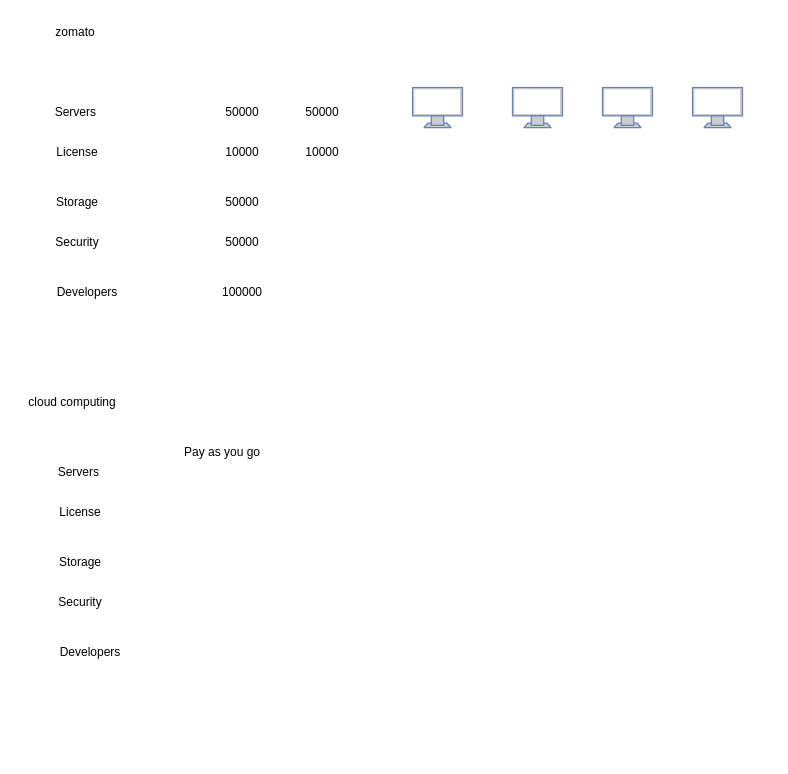
Above: demo3455.drawio in azureramakrishna/AzureDevops-Jan2026 (draw.io), before the change. Source tidied: cells renumbered, new cells numbered last; positions are measured from the earlier drawing's top-left corner, leaving out a move shared by most shapes. Both pictures are drawn from the tidied source at 100%, with x=0, y=0 at pixel (17, 17).
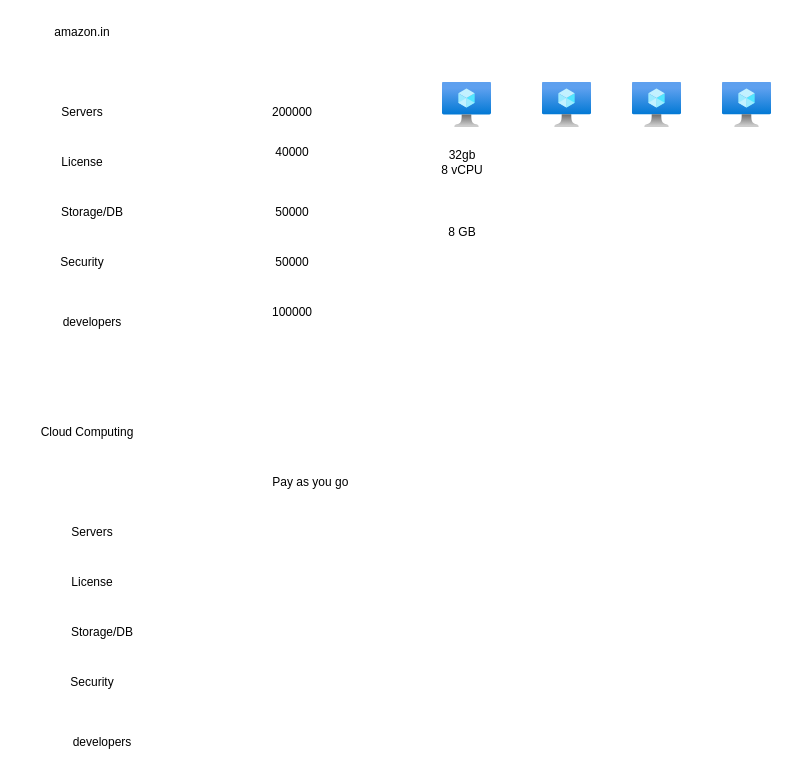
The same diagram, later.

What changed in the source:
```diff
@@
-    <mxCell id="2" value="zomato" style="text;html=1;whiteSpace=wrap;strokeColor=none;fillColor=none;align=center;verticalAlign=middle;rounded=0;" parent="1" vertex="1">
-      <mxGeometry x="27.5" width="60" height="30" as="geometry" />
-    </mxCell>
-    <mxCell id="3" value="Servers&amp;nbsp;" style="text;html=1;whiteSpace=wrap;strokeColor=none;fillColor=none;align=center;verticalAlign=middle;rounded=0;" parent="1" vertex="1">
-      <mxGeometry x="25" y="80" width="70" height="30" as="geometry" />
-    </mxCell>
-    <mxCell id="4" value="50000" style="text;html=1;whiteSpace=wrap;strokeColor=none;fillColor=none;align=center;verticalAlign=middle;rounded=0;" parent="1" vertex="1">
-      <mxGeometry x="195" y="80" width="60" height="30" as="geometry" />
-    </mxCell>
-    <mxCell id="5" value="License" style="text;html=1;whiteSpace=wrap;strokeColor=none;fillColor=none;align=center;verticalAlign=middle;rounded=0;" parent="1" vertex="1">
-      <mxGeometry x="30" y="120" width="60" height="30" as="geometry" />
-    </mxCell>
-    <mxCell id="6" value="10000" style="text;html=1;whiteSpace=wrap;strokeColor=none;fillColor=none;align=center;verticalAlign=middle;rounded=0;" parent="1" vertex="1">
-      <mxGeometry x="195" y="120" width="60" height="30" as="geometry" />
-    </mxCell>
-    <mxCell id="7" value="Storage" style="text;html=1;whiteSpace=wrap;strokeColor=none;fillColor=none;align=center;verticalAlign=middle;rounded=0;" parent="1" vertex="1">
-      <mxGeometry x="25" y="170" width="70" height="30" as="geometry" />
-    </mxCell>
-    <mxCell id="8" value="50000" style="text;html=1;whiteSpace=wrap;strokeColor=none;fillColor=none;align=center;verticalAlign=middle;rounded=0;" parent="1" vertex="1">
-      <mxGeometry x="195" y="170" width="60" height="30" as="geometry" />
-    </mxCell>
-    <mxCell id="9" value="Security" style="text;html=1;whiteSpace=wrap;strokeColor=none;fillColor=none;align=center;verticalAlign=middle;rounded=0;" parent="1" vertex="1">
-      <mxGeometry x="25" y="210" width="70" height="30" as="geometry" />
-    </mxCell>
-    <mxCell id="10" value="50000" style="text;html=1;whiteSpace=wrap;strokeColor=none;fillColor=none;align=center;verticalAlign=middle;rounded=0;" parent="1" vertex="1">
-      <mxGeometry x="195" y="210" width="60" height="30" as="geometry" />
-    </mxCell>
-    <mxCell id="11" value="Developers" style="text;html=1;whiteSpace=wrap;strokeColor=none;fillColor=none;align=center;verticalAlign=middle;rounded=0;" parent="1" vertex="1">
-      <mxGeometry x="30" y="260" width="80" height="30" as="geometry" />
-    </mxCell>
+    <mxCell id="26" value="amazon.in" style="text;html=1;whiteSpace=wrap;strokeColor=none;fillColor=none;align=center;verticalAlign=middle;rounded=0;" parent="1" vertex="1">
+      <mxGeometry x="35" width="60" height="30" as="geometry" />
+    </mxCell>
+    <mxCell id="27" value="Servers" style="text;html=1;whiteSpace=wrap;strokeColor=none;fillColor=none;align=center;verticalAlign=middle;rounded=0;" parent="1" vertex="1">
+      <mxGeometry x="35" y="80" width="60" height="30" as="geometry" />
+    </mxCell>
+    <mxCell id="28" value="200000" style="text;html=1;whiteSpace=wrap;strokeColor=none;fillColor=none;align=center;verticalAlign=middle;rounded=0;" parent="1" vertex="1">
+      <mxGeometry x="245" y="80" width="60" height="30" as="geometry" />
+    </mxCell>
+    <mxCell id="29" value="License" style="text;html=1;whiteSpace=wrap;strokeColor=none;fillColor=none;align=center;verticalAlign=middle;rounded=0;" parent="1" vertex="1">
+      <mxGeometry x="35" y="130" width="60" height="30" as="geometry" />
+    </mxCell>
+    <mxCell id="30" value="40000" style="text;html=1;whiteSpace=wrap;strokeColor=none;fillColor=none;align=center;verticalAlign=middle;rounded=0;" parent="1" vertex="1">
+      <mxGeometry x="245" y="120" width="60" height="30" as="geometry" />
+    </mxCell>
+    <mxCell id="31" value="Storage/DB" style="text;html=1;whiteSpace=wrap;strokeColor=none;fillColor=none;align=center;verticalAlign=middle;rounded=0;" parent="1" vertex="1">
+      <mxGeometry x="45" y="180" width="60" height="30" as="geometry" />
+    </mxCell>
+    <mxCell id="32" value="50000" style="text;html=1;whiteSpace=wrap;strokeColor=none;fillColor=none;align=center;verticalAlign=middle;rounded=0;" parent="1" vertex="1">
+      <mxGeometry x="245" y="180" width="60" height="30" as="geometry" />
+    </mxCell>
+    <mxCell id="33" value="Security" style="text;html=1;whiteSpace=wrap;strokeColor=none;fillColor=none;align=center;verticalAlign=middle;rounded=0;" parent="1" vertex="1">
+      <mxGeometry x="35" y="230" width="60" height="30" as="geometry" />
+    </mxCell>
+    <mxCell id="34" value="50000" style="text;html=1;whiteSpace=wrap;strokeColor=none;fillColor=none;align=center;verticalAlign=middle;rounded=0;" parent="1" vertex="1">
+      <mxGeometry x="245" y="230" width="60" height="30" as="geometry" />
+    </mxCell>
+    <mxCell id="35" style="image;html=1;align=center;fontSize=12;image=img/lib/azure2/compute/Virtual_Machine.svg;" parent="1" vertex="1">
+      <mxGeometry x="425" y="64.6" width="49" height="45.5" as="geometry" />
+    </mxCell>
+    <mxCell id="36" style="image;html=1;align=center;fontSize=12;image=img/lib/azure2/compute/Virtual_Machine.svg;" parent="1" vertex="1">
+      <mxGeometry x="525" y="64.5" width="49" height="45.5" as="geometry" />
+    </mxCell>
+    <mxCell id="37" style="image;html=1;align=center;fontSize=12;image=img/lib/azure2/compute/Virtual_Machine.svg;" parent="1" vertex="1">
+      <mxGeometry x="615" y="64.5" width="49" height="45.5" as="geometry" />
+    </mxCell>
+    <mxCell id="38" style="image;html=1;align=center;fontSize=12;image=img/lib/azure2/compute/Virtual_Machine.svg;" parent="1" vertex="1">
+      <mxGeometry x="705" y="64.5" width="49" height="45.5" as="geometry" />
+    </mxCell>
+    <mxCell id="39" value="developers" style="text;html=1;whiteSpace=wrap;strokeColor=none;fillColor=none;align=center;verticalAlign=middle;rounded=0;" parent="1" vertex="1">
+      <mxGeometry x="45" y="290" width="60" height="30" as="geometry" />
+    </mxCell>
     <mxCell id="12" value="100000" style="text;html=1;whiteSpace=wrap;strokeColor=none;fillColor=none;align=center;verticalAlign=middle;rounded=0;" parent="1" vertex="1">
-      <mxGeometry x="195" y="260" width="60" height="30" as="geometry" />
+      <mxGeometry x="245" y="280" width="60" height="30" as="geometry" />
     </mxCell>
-    <mxCell id="13" style="fontColor=#0066CC;verticalAlign=top;verticalLabelPosition=bottom;labelPosition=center;align=center;html=1;fillColor=#CCCCCC;strokeColor=#6881B3;gradientColor=none;gradientDirection=north;strokeWidth=2;shape=mxgraph.networks.monitor;" parent="1" vertex="1">
-      <mxGeometry x="395" y="70" width="50" height="40" as="geometry" />
-    </mxCell>
-    <mxCell id="14" style="fontColor=#0066CC;verticalAlign=top;verticalLabelPosition=bottom;labelPosition=center;align=center;html=1;fillColor=#CCCCCC;strokeColor=#6881B3;gradientColor=none;gradientDirection=north;strokeWidth=2;shape=mxgraph.networks.monitor;" parent="1" vertex="1">
-      <mxGeometry x="495" y="70" width="50" height="40" as="geometry" />
-    </mxCell>
-    <mxCell id="15" value="50000" style="text;html=1;whiteSpace=wrap;strokeColor=none;fillColor=none;align=center;verticalAlign=middle;rounded=0;" parent="1" vertex="1">
-      <mxGeometry x="275" y="80" width="60" height="30" as="geometry" />
-    </mxCell>
-    <mxCell id="16" value="10000" style="text;html=1;whiteSpace=wrap;strokeColor=none;fillColor=none;align=center;verticalAlign=middle;rounded=0;" parent="1" vertex="1">
-      <mxGeometry x="275" y="120" width="60" height="30" as="geometry" />
-    </mxCell>
-    <mxCell id="17" style="fontColor=#0066CC;verticalAlign=top;verticalLabelPosition=bottom;labelPosition=center;align=center;html=1;fillColor=#CCCCCC;strokeColor=#6881B3;gradientColor=none;gradientDirection=north;strokeWidth=2;shape=mxgraph.networks.monitor;" parent="1" vertex="1">
-      <mxGeometry x="585" y="70" width="50" height="40" as="geometry" />
-    </mxCell>
-    <mxCell id="18" style="fontColor=#0066CC;verticalAlign=top;verticalLabelPosition=bottom;labelPosition=center;align=center;html=1;fillColor=#CCCCCC;strokeColor=#6881B3;gradientColor=none;gradientDirection=north;strokeWidth=2;shape=mxgraph.networks.monitor;" parent="1" vertex="1">
-      <mxGeometry x="675" y="70" width="50" height="40" as="geometry" />
-    </mxCell>
-    <mxCell id="19" value="cloud computing" style="text;html=1;whiteSpace=wrap;strokeColor=none;fillColor=none;align=center;verticalAlign=middle;rounded=0;" parent="1" vertex="1">
-      <mxGeometry y="370" width="110" height="30" as="geometry" />
-    </mxCell>
-    <mxCell id="20" value="Servers&amp;nbsp;" style="text;html=1;whiteSpace=wrap;strokeColor=none;fillColor=none;align=center;verticalAlign=middle;rounded=0;" parent="1" vertex="1">
-      <mxGeometry x="27.5" y="440" width="70" height="30" as="geometry" />
-    </mxCell>
-    <mxCell id="21" value="License" style="text;html=1;whiteSpace=wrap;strokeColor=none;fillColor=none;align=center;verticalAlign=middle;rounded=0;" parent="1" vertex="1">
-      <mxGeometry x="32.5" y="480" width="60" height="30" as="geometry" />
-    </mxCell>
-    <mxCell id="22" value="Storage" style="text;html=1;whiteSpace=wrap;strokeColor=none;fillColor=none;align=center;verticalAlign=middle;rounded=0;" parent="1" vertex="1">
-      <mxGeometry x="27.5" y="530" width="70" height="30" as="geometry" />
-    </mxCell>
-    <mxCell id="23" value="Security" style="text;html=1;whiteSpace=wrap;strokeColor=none;fillColor=none;align=center;verticalAlign=middle;rounded=0;" parent="1" vertex="1">
-      <mxGeometry x="27.5" y="570" width="70" height="30" as="geometry" />
-    </mxCell>
-    <mxCell id="24" value="Developers" style="text;html=1;whiteSpace=wrap;strokeColor=none;fillColor=none;align=center;verticalAlign=middle;rounded=0;" parent="1" vertex="1">
-      <mxGeometry x="32.5" y="620" width="80" height="30" as="geometry" />
-    </mxCell>
+    <mxCell id="40" value="Cloud Computing" style="text;html=1;whiteSpace=wrap;strokeColor=none;fillColor=none;align=center;verticalAlign=middle;rounded=0;" parent="1" vertex="1">
+      <mxGeometry x="5" y="400" width="130" height="30" as="geometry" />
+    </mxCell>
+    <mxCell id="41" value="Servers" style="text;html=1;whiteSpace=wrap;strokeColor=none;fillColor=none;align=center;verticalAlign=middle;rounded=0;" parent="1" vertex="1">
+      <mxGeometry x="45" y="500" width="60" height="30" as="geometry" />
+    </mxCell>
+    <mxCell id="42" value="License" style="text;html=1;whiteSpace=wrap;strokeColor=none;fillColor=none;align=center;verticalAlign=middle;rounded=0;" parent="1" vertex="1">
+      <mxGeometry x="45" y="550" width="60" height="30" as="geometry" />
+    </mxCell>
+    <mxCell id="43" value="Storage/DB" style="text;html=1;whiteSpace=wrap;strokeColor=none;fillColor=none;align=center;verticalAlign=middle;rounded=0;" parent="1" vertex="1">
+      <mxGeometry x="55" y="600" width="60" height="30" as="geometry" />
+    </mxCell>
+    <mxCell id="44" value="Security" style="text;html=1;whiteSpace=wrap;strokeColor=none;fillColor=none;align=center;verticalAlign=middle;rounded=0;" parent="1" vertex="1">
+      <mxGeometry x="45" y="650" width="60" height="30" as="geometry" />
+    </mxCell>
+    <mxCell id="45" value="developers" style="text;html=1;whiteSpace=wrap;strokeColor=none;fillColor=none;align=center;verticalAlign=middle;rounded=0;" parent="1" vertex="1">
+      <mxGeometry x="55" y="710" width="60" height="30" as="geometry" />
+    </mxCell>
-    <mxCell id="25" value="Pay as you go" style="text;html=1;whiteSpace=wrap;strokeColor=none;fillColor=none;align=center;verticalAlign=middle;rounded=0;" parent="1" vertex="1">
-      <mxGeometry x="155" y="420" width="100" height="30" as="geometry" />
+    <mxCell id="25" value="Pay as you go&amp;nbsp;" style="text;html=1;whiteSpace=wrap;strokeColor=none;fillColor=none;align=center;verticalAlign=middle;rounded=0;" parent="1" vertex="1">
+      <mxGeometry x="235" y="450" width="120" height="30" as="geometry" />
     </mxCell>
+    <mxCell id="46" value="32gb&lt;div&gt;8 vCPU&lt;/div&gt;" style="text;html=1;whiteSpace=wrap;strokeColor=none;fillColor=none;align=center;verticalAlign=middle;rounded=0;" parent="1" vertex="1">
+      <mxGeometry x="415" y="130" width="60" height="30" as="geometry" />
+    </mxCell>
+    <mxCell id="47" value="8 GB" style="text;html=1;whiteSpace=wrap;strokeColor=none;fillColor=none;align=center;verticalAlign=middle;rounded=0;" parent="1" vertex="1">
+      <mxGeometry x="415" y="200" width="60" height="30" as="geometry" />
+    </mxCell>
```
